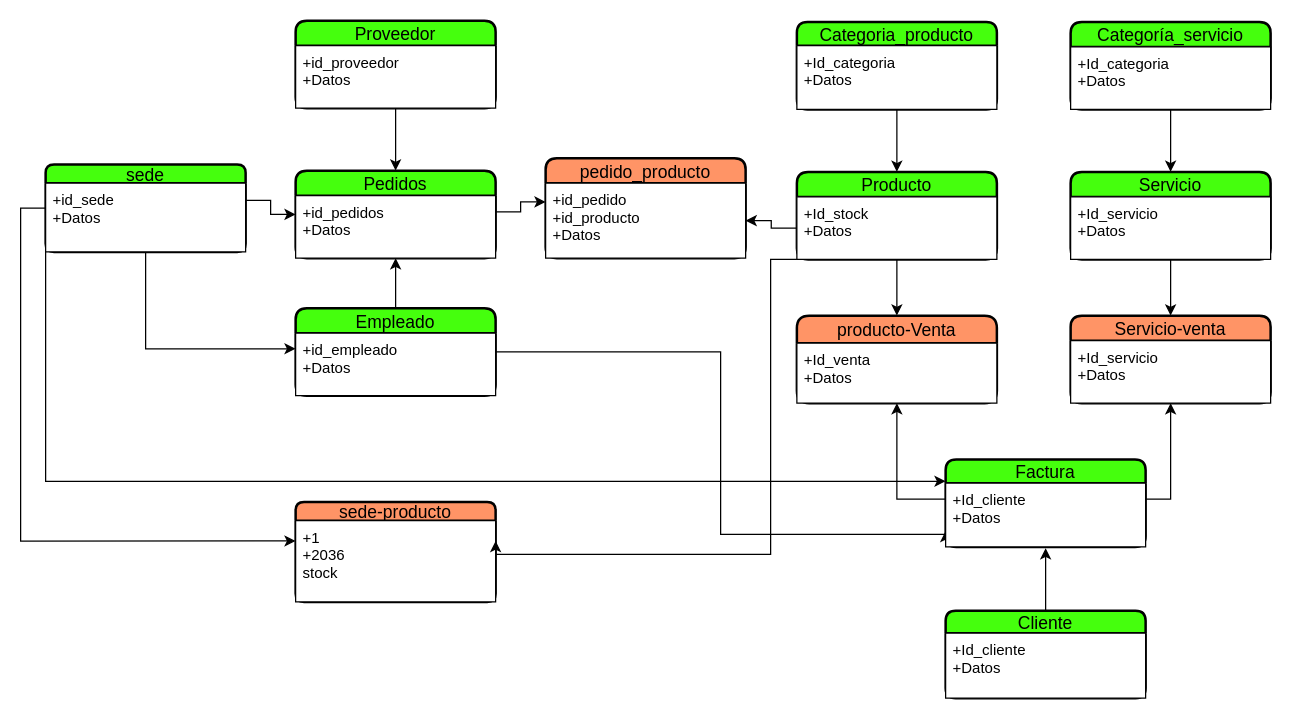
MikhersAgustiniana/Diagrama-MER keeps this draw.io diagram as Diagrama sin título.drawio. Above is the earlier version. Source tidied: cells renumbered, new cells numbered last; positions are measured from the earlier drawing's top-left corner, leaving out a move shared by most shapes. Both pictures are drawn from the tidied source at 125%, with x=0, y=0 at pixel (45, 20).
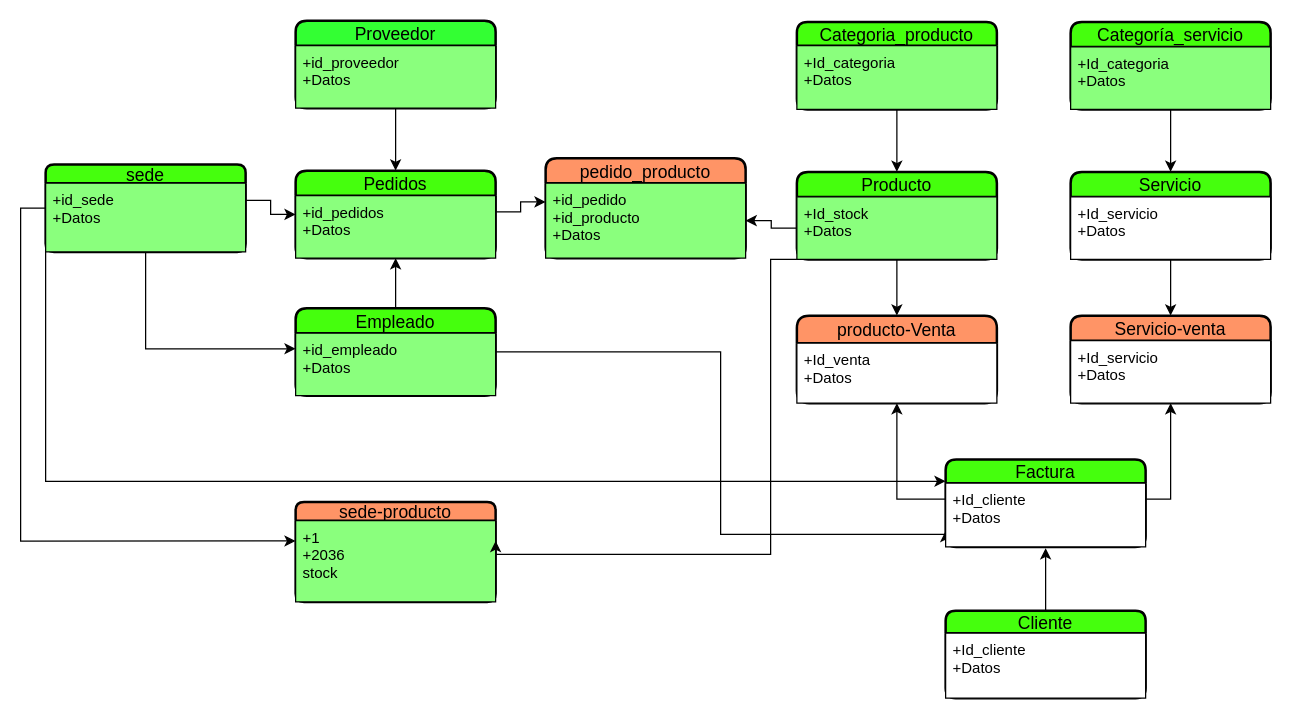
The same diagram, later.

The change refers to these unchanged cells:
```xml
<mxCell id="4" value="Pedidos" style="swimlane;horizontal=1;startSize=20;rounded=1;fontSize=14;fontStyle=0;strokeWidth=2;shadow=0;dashed=0;align=center;fillColor=#45FF0D;strokeColor=#000000;" parent="1" vertex="1">
  <mxGeometry x="200" y="120" width="160" height="70" as="geometry" />
</mxCell>
<mxCell id="9" value="Empleado" style="swimlane;horizontal=1;startSize=20;rounded=1;fontSize=14;fontStyle=0;strokeWidth=2;shadow=0;dashed=0;align=center;fillColor=#45FF0D;strokeColor=#000000;" parent="1" vertex="1">
  <mxGeometry x="200" y="230" width="160" height="70" as="geometry" />
</mxCell>
<mxCell id="11" value="pedido_producto" style="swimlane;horizontal=1;startSize=20;rounded=1;fontSize=14;fontStyle=0;strokeWidth=2;shadow=0;dashed=0;align=center;fillColor=#FF9466;strokeColor=#000000;" parent="1" vertex="1">
  <mxGeometry x="400" y="110" width="160" height="80" as="geometry" />
</mxCell>
<mxCell id="14" value="Producto" style="swimlane;horizontal=1;startSize=20;rounded=1;fontSize=14;fontStyle=0;strokeWidth=2;shadow=0;dashed=0;align=center;fillColor=#45FF0D;strokeColor=#000000;" parent="1" vertex="1">
  <mxGeometry x="601" y="121" width="160" height="70" as="geometry" />
</mxCell>
<mxCell id="16" value="Categoria_producto" style="swimlane;horizontal=1;startSize=19;rounded=1;fontSize=14;fontStyle=0;strokeWidth=2;shadow=0;dashed=0;align=center;fillColor=#45FF0D;strokeColor=#000000;" parent="1" vertex="1">
  <mxGeometry x="601" y="1" width="160" height="70" as="geometry" />
</mxCell>
<mxCell id="25" value="Categoría_servicio" style="swimlane;horizontal=1;startSize=20;rounded=1;fontSize=14;fontStyle=0;strokeWidth=2;shadow=0;dashed=0;align=center;fillColor=#45FF0D;strokeColor=#000000;" parent="1" vertex="1">
  <mxGeometry x="820" y="1" width="160" height="70" as="geometry" />
</mxCell>
<mxCell id="32" value="sede" style="swimlane;horizontal=1;startSize=15;rounded=1;fontSize=14;fontStyle=0;strokeWidth=2;shadow=0;dashed=0;align=center;fillColor=#45FF0D;strokeColor=#000000;" parent="1" vertex="1">
  <mxGeometry y="115" width="160" height="70" as="geometry" />
</mxCell>
<mxCell id="36" value="sede-producto" style="swimlane;horizontal=1;startSize=15;rounded=1;fontSize=14;fontStyle=0;strokeWidth=2;shadow=0;dashed=0;align=center;fillColor=#FF9466;strokeColor=#000000;" parent="1" vertex="1">
  <mxGeometry x="200" y="385" width="160" height="80" as="geometry" />
</mxCell>
```

Diff of the diagram source:
```diff
@@
-    <mxCell id="2" value="Proveedor" style="swimlane;horizontal=1;startSize=20;rounded=1;fontSize=14;fontStyle=0;strokeWidth=2;shadow=0;dashed=0;align=center;fillColor=#45FF0D;strokeColor=#000000;" parent="1" vertex="1">
+    <mxCell id="2" value="Proveedor" style="swimlane;horizontal=1;startSize=20;rounded=1;fontSize=14;fontStyle=0;strokeWidth=2;shadow=0;dashed=0;align=center;fillColor=#33FF33;strokeColor=#000000;" parent="1" vertex="1">
       <mxGeometry x="200" width="160" height="70" as="geometry" />
     </mxCell>
-    <mxCell id="3" value="+id_proveedor&#10;+Datos" style="align=left;strokeColor=#000000;fillColor=#FFFFFF;spacingLeft=4;fontSize=12;verticalAlign=top;" parent="2" vertex="1">
+    <mxCell id="3" value="+id_proveedor&#10;+Datos" style="align=left;strokeColor=#000000;fillColor=#8AFF7D;spacingLeft=4;fontSize=12;verticalAlign=top;" parent="2" vertex="1">
       <mxGeometry y="20" width="160" height="50" as="geometry" />
     </mxCell>
@@
-    <mxCell id="5" value="+id_pedidos&#10;+Datos" style="align=left;strokeColor=#000000;fillColor=#FFFFFF;spacingLeft=4;fontSize=12;verticalAlign=top;" parent="4" vertex="1">
+    <mxCell id="5" value="+id_pedidos&#10;+Datos" style="align=left;strokeColor=#000000;fillColor=#8AFF7D;spacingLeft=4;fontSize=12;verticalAlign=top;" parent="4" vertex="1">
       <mxGeometry y="20" width="160" height="50" as="geometry" />
     </mxCell>
@@
-    <mxCell id="10" value="+id_empleado&#10;+Datos" style="align=left;strokeColor=#000000;fillColor=#FFFFFF;spacingLeft=4;fontSize=12;verticalAlign=top;" parent="9" vertex="1">
+    <mxCell id="10" value="+id_empleado&#10;+Datos" style="align=left;strokeColor=#000000;fillColor=#8AFF7D;spacingLeft=4;fontSize=12;verticalAlign=top;" parent="9" vertex="1">
       <mxGeometry y="20" width="160" height="50" as="geometry" />
     </mxCell>
@@
-    <mxCell id="12" value="+id_pedido&#10;+id_producto&#10;+Datos" style="align=left;strokeColor=#000000;fillColor=#FFFFFF;spacingLeft=4;fontSize=12;verticalAlign=top;" parent="11" vertex="1">
+    <mxCell id="12" value="+id_pedido&#10;+id_producto&#10;+Datos" style="align=left;strokeColor=#000000;fillColor=#8AFF7D;spacingLeft=4;fontSize=12;verticalAlign=top;" parent="11" vertex="1">
       <mxGeometry y="20" width="160" height="60" as="geometry" />
     </mxCell>
@@
-    <mxCell id="15" value="+Id_stock&#10;+Datos" style="align=left;strokeColor=#000000;fillColor=#FFFFFF;spacingLeft=4;fontSize=12;verticalAlign=top;" parent="14" vertex="1">
+    <mxCell id="15" value="+Id_stock&#10;+Datos" style="align=left;strokeColor=#000000;fillColor=#8AFF7D;spacingLeft=4;fontSize=12;verticalAlign=top;" parent="14" vertex="1">
       <mxGeometry y="20" width="160" height="50" as="geometry" />
     </mxCell>
@@
-    <mxCell id="17" value="+Id_categoria&#10;+Datos" style="align=left;strokeColor=#000000;fillColor=#FFFFFF;spacingLeft=4;fontSize=12;verticalAlign=top;" parent="16" vertex="1">
+    <mxCell id="17" value="+Id_categoria&#10;+Datos" style="align=left;strokeColor=#000000;fillColor=#8AFF7D;spacingLeft=4;fontSize=12;verticalAlign=top;" parent="16" vertex="1">
       <mxGeometry y="19" width="160" height="51" as="geometry" />
     </mxCell>
@@
-    <mxCell id="26" value="+Id_categoria&#10;+Datos" style="align=left;strokeColor=#000000;fillColor=#FFFFFF;spacingLeft=4;fontSize=12;verticalAlign=top;" parent="25" vertex="1">
+    <mxCell id="26" value="+Id_categoria&#10;+Datos" style="align=left;strokeColor=#000000;fillColor=#8AFF7D;spacingLeft=4;fontSize=12;verticalAlign=top;" parent="25" vertex="1">
       <mxGeometry y="20" width="160" height="50" as="geometry" />
     </mxCell>
@@
-    <mxCell id="33" value="+id_sede&#10;+Datos" style="align=left;strokeColor=#000000;fillColor=#FFFFFF;spacingLeft=4;fontSize=12;verticalAlign=top;" parent="32" vertex="1">
+    <mxCell id="33" value="+id_sede&#10;+Datos" style="align=left;strokeColor=#000000;fillColor=#8AFF7D;spacingLeft=4;fontSize=12;verticalAlign=top;" parent="32" vertex="1">
       <mxGeometry y="15" width="160" height="55" as="geometry" />
     </mxCell>
@@
-    <mxCell id="37" value="+1&#10;+2036&#10;stock" style="align=left;strokeColor=#000000;fillColor=#FFFFFF;spacingLeft=4;fontSize=12;verticalAlign=top;" parent="36" vertex="1">
+    <mxCell id="37" value="+1&#10;+2036&#10;stock" style="align=left;strokeColor=#000000;fillColor=#8AFF7D;spacingLeft=4;fontSize=12;verticalAlign=top;" parent="36" vertex="1">
       <mxGeometry y="15" width="160" height="65" as="geometry" />
     </mxCell>
```
